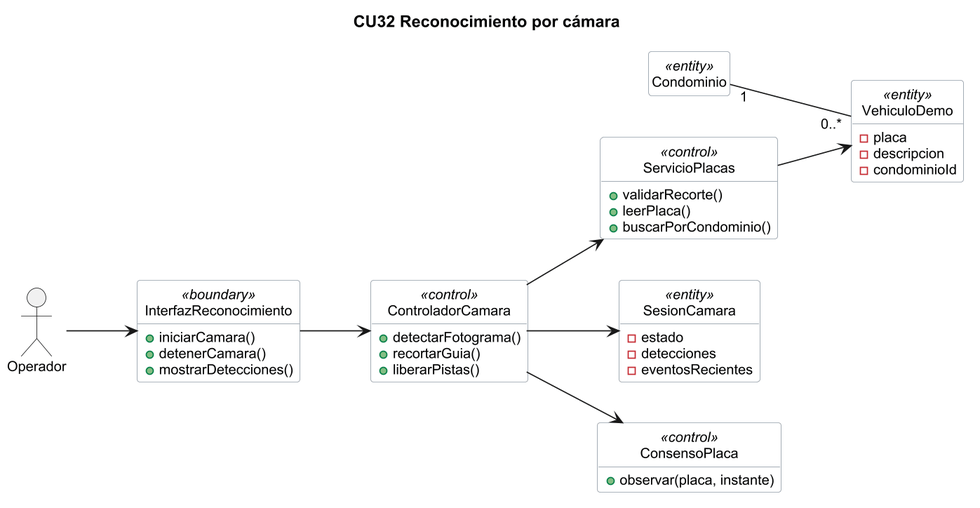
Above: docs/Sprint 4/Diagrama de clases/CU32_Clases.png in Gerstep360/Taji-Backend (PlantUML), before the change.
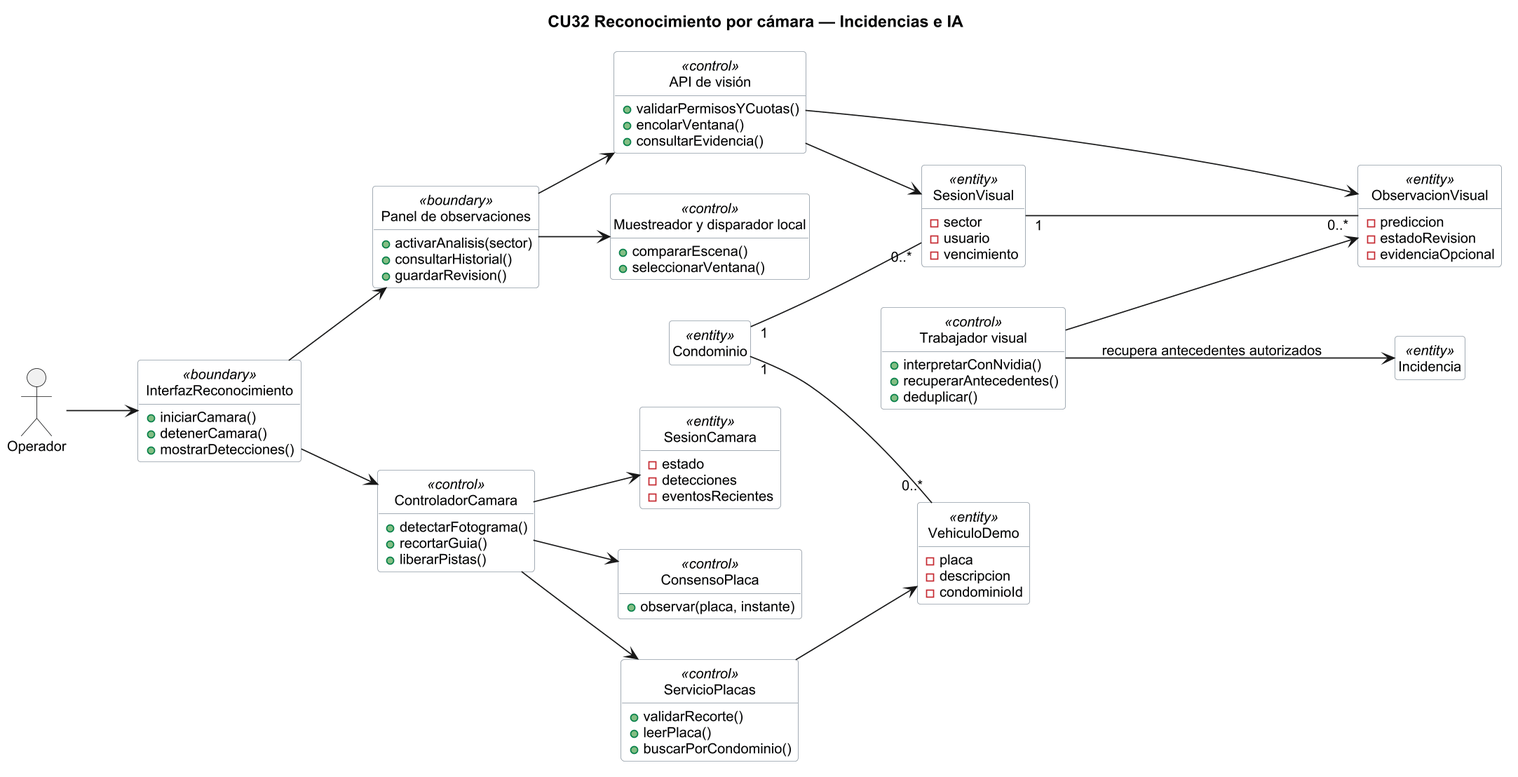
Above is the later version.

The edit, as a diff of the source:
```diff
@@ -4,7 +4,7 @@
 skinparam defaultFontName Arial
 skinparam defaultFontSize 12
 allowmixing
-title CU32 Reconocimiento por cámara
+title CU32 Reconocimiento por cámara — Incidencias e IA
 left to right direction
 skinparam dpi 160
 skinparam classBackgroundColor #F8F9FA
@@ -40,6 +40,36 @@
   - condominioId
 }
 class "Condominio" as Condominio <<entity>>
+class "Panel de observaciones" as Panel <<boundary>> {
+  + activarAnalisis(sector)
+  + consultarHistorial()
+  + guardarRevision()
+}
+class "Muestreador y disparador local" as Muestreador <<control>> {
+  + compararEscena()
+  + seleccionarVentana()
+}
+class "API de visión" as Vision <<control>> {
+  + validarPermisosYCuotas()
+  + encolarVentana()
+  + consultarEvidencia()
+}
+class "Trabajador visual" as Worker <<control>> {
+  + interpretarConNvidia()
+  + recuperarAntecedentes()
+  + deduplicar()
+}
+class "SesionVisual" as VisualSession <<entity>> {
+  - sector
+  - usuario
+  - vencimiento
+}
+class "ObservacionVisual" as VisualObservation <<entity>> {
+  - prediccion
+  - estadoRevision
+  - evidenciaOpcional
+}
+class "Incidencia" as Incident <<entity>>
 actor "Operador" as A
 A --> InterfazReconocimiento
 InterfazReconocimiento --> ControladorCamara
@@ -48,4 +78,13 @@
 ControladorCamara --> ServicioPlacas
 ServicioPlacas --> VehiculoDemo
 Condominio "1" -- "0..*" VehiculoDemo
+InterfazReconocimiento --> Panel
+Panel --> Muestreador
+Panel --> Vision
+Vision --> VisualSession
+Vision --> VisualObservation
+Worker --> VisualObservation
+Worker --> Incident : recupera antecedentes autorizados
+Condominio "1" -- "0..*" VisualSession
+VisualSession "1" -- "0..*" VisualObservation
 @enduml
```
